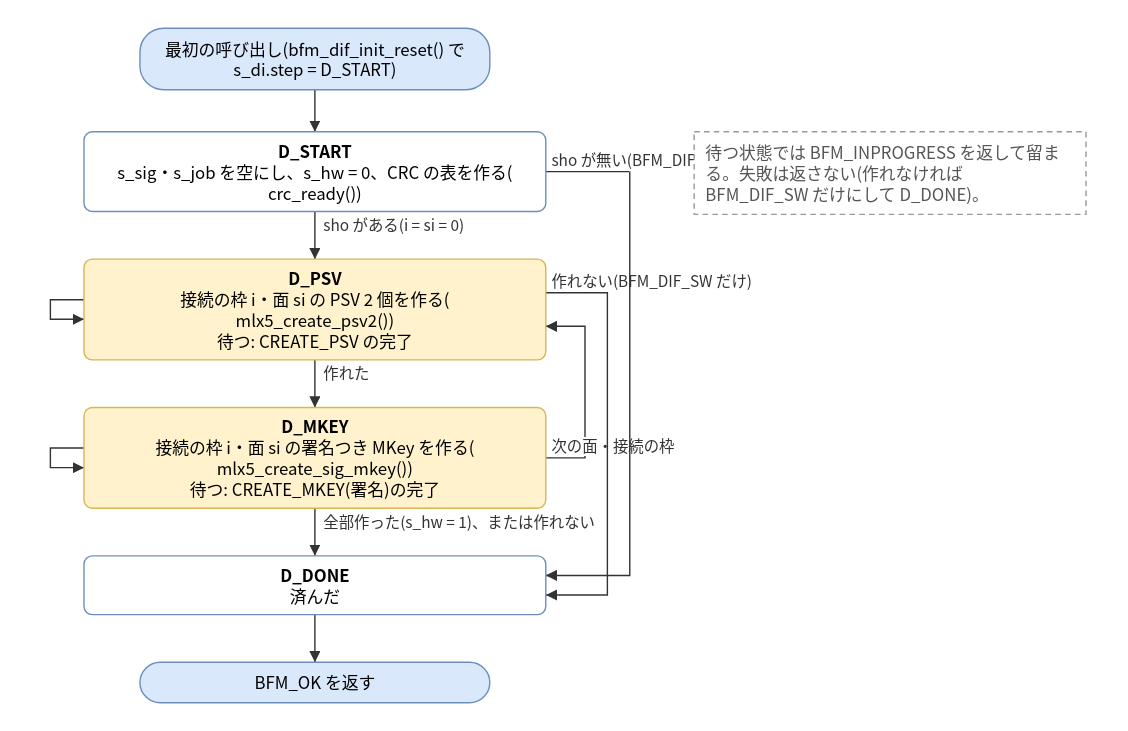
This is doc/spec/images/state_src_bfm_dif-bfm_dif_init_step.drawio.svg from hf355051012-ai/bfmem, a draw.io export, as it was before one commit. Source tidied: cells renumbered, new cells last; positions are measured from the earlier drawing's top-left corner, leaving out a move shared by most shapes.
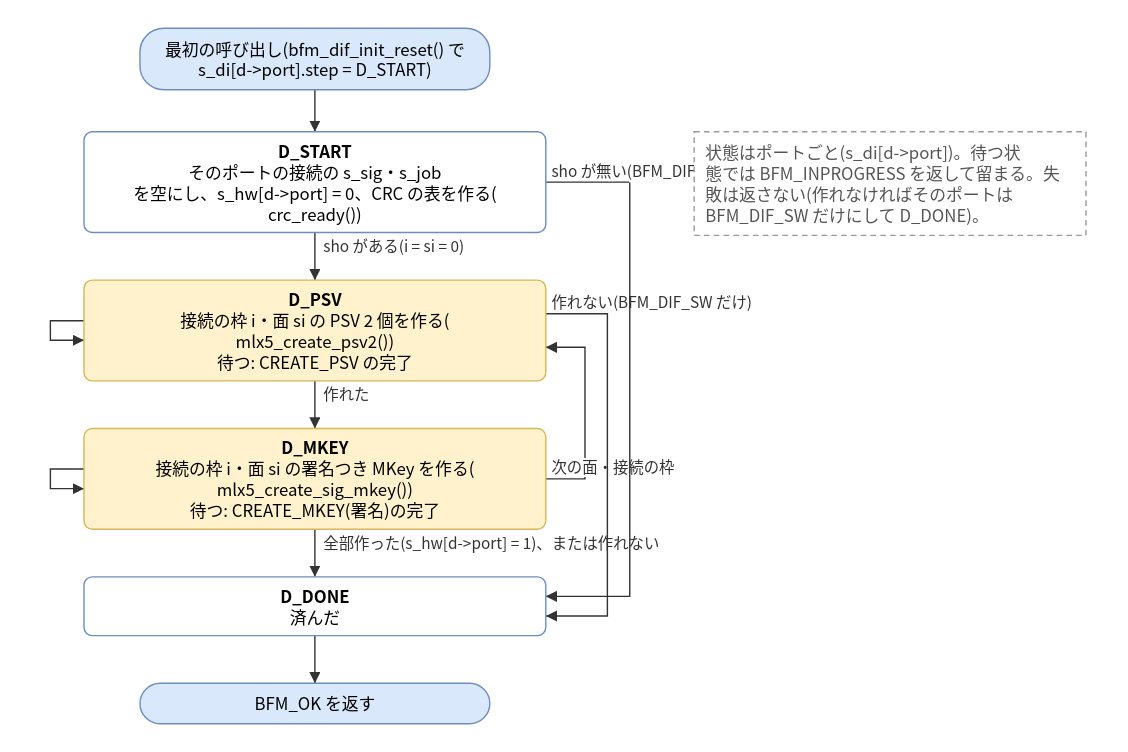
After the commit.

Diff of the diagram source:
```diff
@@ -2,11 +2,11 @@
   <root>
     <mxCell id="0" />
     <mxCell id="1" parent="0" />
-    <mxCell id="2" value="最初の呼び出し(bfm_dif_init_reset() で&lt;br&gt;s_di.step = D_START)" style="rounded=1;arcSize=50;whiteSpace=wrap;html=1;fillColor=#dae8fc;strokeColor=#6c8ebf;" parent="1" vertex="1">
-      <mxGeometry x="64" width="250" height="44" as="geometry" />
+    <mxCell id="2" value="最初の呼び出し(bfm_dif_init_reset() で&lt;br&gt;s_di[d-&amp;gt;port].step = D_START)" style="rounded=1;arcSize=50;whiteSpace=wrap;html=1;fillColor=#dae8fc;strokeColor=#6c8ebf;" parent="1" vertex="1">
+      <mxGeometry x="64" y="-15" width="250" height="44" as="geometry" />
     </mxCell>
-    <mxCell id="3" value="D_START&lt;br&gt;s_sig・s_job を空にし、s_hw = 0、CRC の表を作る(&lt;br&gt;crc_ready())" style="rounded=1;whiteSpace=wrap;html=1;fillColor=#ffffff;strokeColor=#6c8ebf;" parent="1" vertex="1">
-      <mxGeometry x="24" y="74" width="330" height="57" as="geometry" />
+    <mxCell id="3" value="D_START&lt;br&gt;そのポートの接続の s_sig・s_job&lt;br&gt;を空にし、s_hw[d-&amp;gt;port] = 0、CRC の表を作る(&lt;br&gt;crc_ready())" style="rounded=1;whiteSpace=wrap;html=1;fillColor=#ffffff;strokeColor=#6c8ebf;" parent="1" vertex="1">
+      <mxGeometry x="24" y="59" width="330" height="72" as="geometry" />
     </mxCell>
     <mxCell id="4" value="D_PSV&lt;br&gt;接続の枠 i・面 si の PSV 2 個を作る(&lt;br&gt;mlx5_create_psv2())&lt;br&gt;待つ: CREATE_PSV の完了" style="rounded=1;whiteSpace=wrap;html=1;fillColor=#fff2cc;strokeColor=#d6b656;" parent="1" vertex="1">
       <mxGeometry x="24" y="165" width="330" height="72" as="geometry" />
@@ -20,8 +20,8 @@
     <mxCell id="7" value="BFM_OK を返す" style="rounded=1;arcSize=50;whiteSpace=wrap;html=1;fillColor=#dae8fc;strokeColor=#6c8ebf;" parent="1" vertex="1">
       <mxGeometry x="64" y="453" width="250" height="29" as="geometry" />
     </mxCell>
-    <mxCell id="8" value="待つ状態では BFM_INPROGRESS を返して留ま&lt;br&gt;る。失敗は返さない(作れなければ&lt;br&gt;BFM_DIF_SW だけにして D_DONE)。" style="rounded=0;whiteSpace=wrap;html=1;dashed=1;strokeColor=#999999;fontColor=#555555;align=left;spacingLeft=8;" parent="1" vertex="1">
-      <mxGeometry x="460" y="74" width="280" height="59" as="geometry" />
+    <mxCell id="8" value="状態はポートごと(s_di[d-&amp;gt;port])。待つ状&lt;br&gt;態では BFM_INPROGRESS を返して留まる。失&lt;br&gt;敗は返さない(作れなければそのポートは&lt;br&gt;BFM_DIF_SW だけにして D_DONE)。" style="rounded=0;whiteSpace=wrap;html=1;dashed=1;strokeColor=#999999;fontColor=#555555;align=left;spacingLeft=8;" parent="1" vertex="1">
+      <mxGeometry x="460" y="59" width="280" height="74" as="geometry" />
     </mxCell>
     <mxCell id="9" style="edgeStyle=none;html=1;rounded=0;endArrow=block;endFill=1;exitX=0.5000;exitY=1.0000;exitDx=0;exitDy=0;exitPerimeter=0;entryX=0.5000;entryY=0.0000;entryDx=0;entryDy=0;entryPerimeter=0;" parent="1" edge="1" source="2" target="3">
       <mxGeometry relative="1" as="geometry" />
@@ -32,7 +32,7 @@
     <mxCell id="11" value="作れた" style="edgeStyle=none;html=1;rounded=0;endArrow=block;endFill=1;exitX=0.5000;exitY=1.0000;exitDx=0;exitDy=0;exitPerimeter=0;entryX=0.5000;entryY=0.0000;entryDx=0;entryDy=0;entryPerimeter=0;" parent="1" edge="1" source="4" target="5">
       <mxGeometry relative="1" as="geometry" />
     </mxCell>
-    <mxCell id="12" value="全部作った(s_hw = 1)、または作れない" style="edgeStyle=none;html=1;rounded=0;endArrow=block;endFill=1;exitX=0.5000;exitY=1.0000;exitDx=0;exitDy=0;exitPerimeter=0;entryX=0.5000;entryY=0.0000;entryDx=0;entryDy=0;entryPerimeter=0;" parent="1" edge="1" source="5" target="6">
+    <mxCell id="12" value="全部作った(s_hw[d-&gt;port] = 1)、または作れない" style="edgeStyle=none;html=1;rounded=0;endArrow=block;endFill=1;exitX=0.5000;exitY=1.0000;exitDx=0;exitDy=0;exitPerimeter=0;entryX=0.5000;entryY=0.0000;entryDx=0;entryDy=0;entryPerimeter=0;" parent="1" edge="1" source="5" target="6">
       <mxGeometry relative="1" as="geometry" />
     </mxCell>
     <mxCell id="13" style="edgeStyle=none;html=1;rounded=0;endArrow=block;endFill=1;exitX=0.5000;exitY=1.0000;exitDx=0;exitDy=0;exitPerimeter=0;entryX=0.5000;entryY=0.0000;entryDx=0;entryDy=0;entryPerimeter=0;" parent="1" edge="1" source="6" target="7">
@@ -57,7 +57,7 @@
     <mxCell id="16" value="sho が無い(BFM_DIF_SW だけ)" style="edgeStyle=none;html=1;rounded=0;endArrow=block;endFill=1;exitX=1.0000;exitY=0.5000;exitDx=0;exitDy=0;exitPerimeter=0;entryX=1.0000;entryY=0.3333;entryDx=0;entryDy=0;entryPerimeter=0;" parent="1" edge="1" source="3" target="6">
       <mxGeometry relative="1" as="geometry">
         <Array as="points">
-          <mxPoint x="414" y="102.5" />
+          <mxPoint x="414" y="95" />
           <mxPoint x="414" y="391" />
         </Array>
       </mxGeometry>
```
